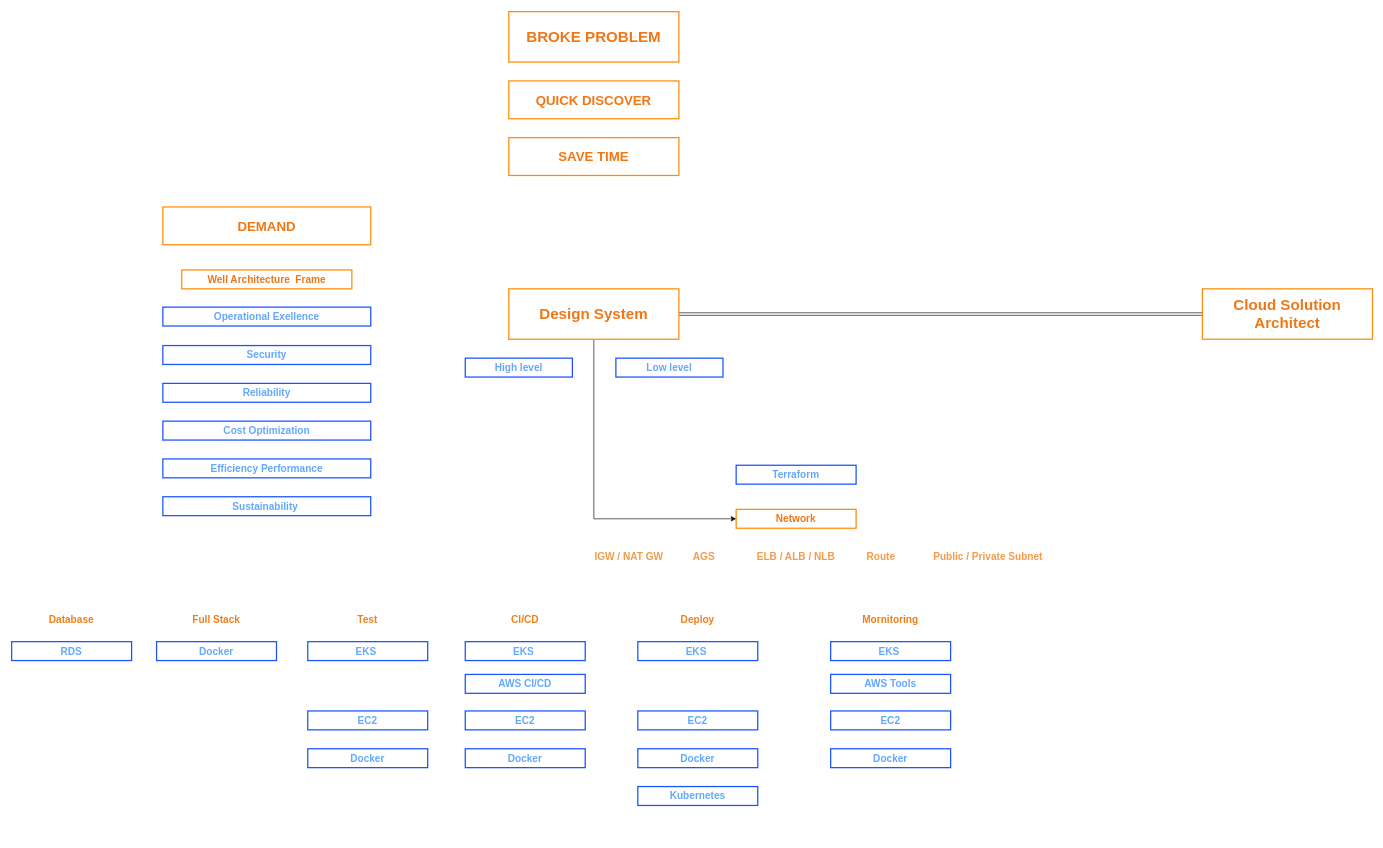
Above: MindSet.drawio in HoangGuruu/drawCloud (draw.io), before the change. Source tidied: cells renumbered, new cells numbered last; positions are measured from the earlier drawing's top-left corner, leaving out a move shared by most shapes. Both pictures are drawn from the tidied source at 63%, with x=0, y=0 at pixel (11, 11).
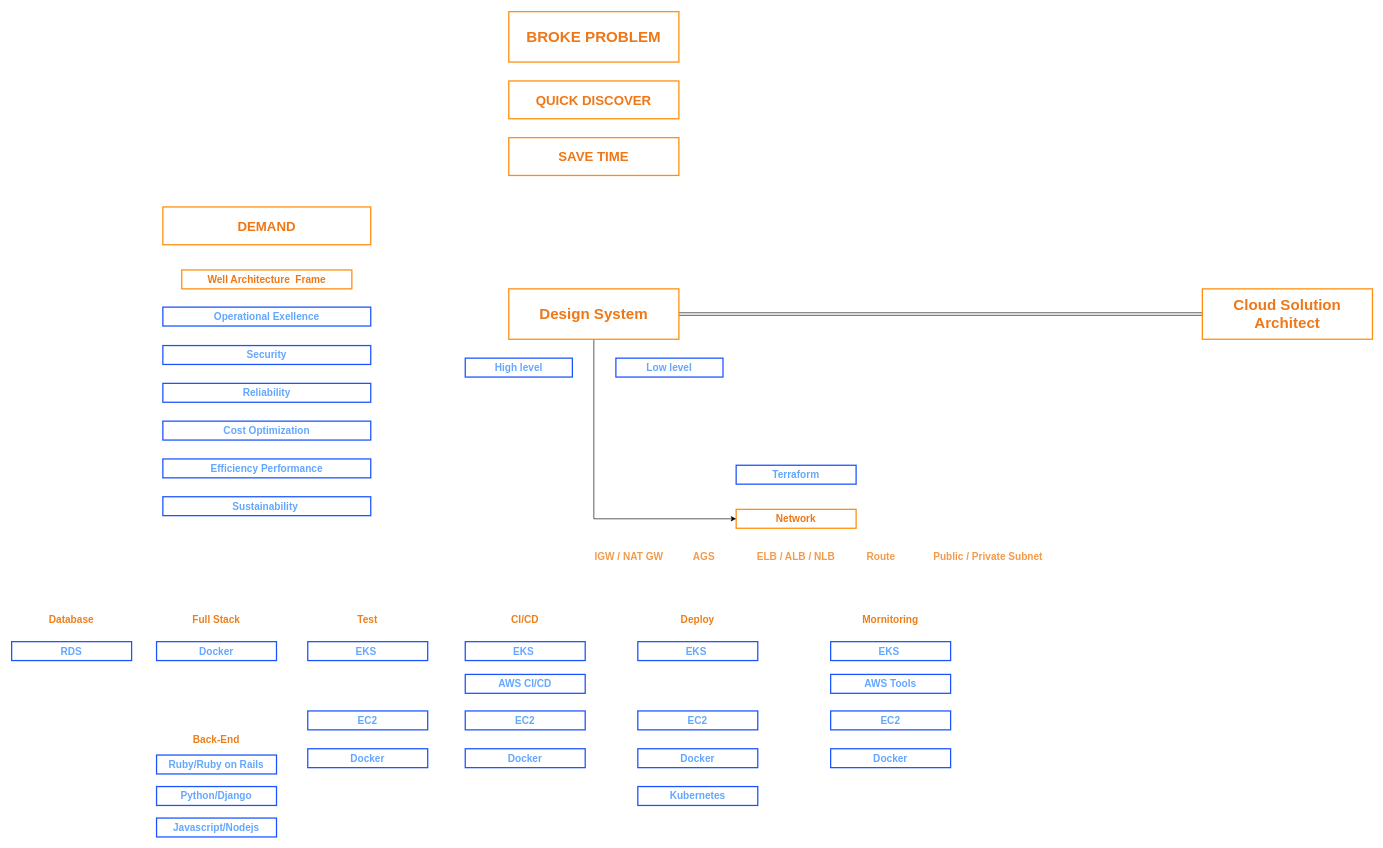
The same diagram, later.

Commit message:
Cập nhật MindSet.drawio

Change to the diagram source:
```diff
@@
+    <mxCell id="49" value="Ruby/Ruby on Rails" style="text;html=1;strokeColor=#1a53ff;fillColor=none;align=center;verticalAlign=middle;whiteSpace=wrap;rounded=0;fontSize=16;fontStyle=1;fontColor=#64a7ff;strokeWidth=2;" parent="1" vertex="1">
+      <mxGeometry x="230" y="1180" width="190.4" height="30" as="geometry" />
+    </mxCell>
+    <mxCell id="50" value="Python/Django" style="text;html=1;strokeColor=#1a53ff;fillColor=none;align=center;verticalAlign=middle;whiteSpace=wrap;rounded=0;fontSize=16;fontStyle=1;fontColor=#64a7ff;strokeWidth=2;" parent="1" vertex="1">
+      <mxGeometry x="230" y="1230" width="190.4" height="30" as="geometry" />
+    </mxCell>
+    <mxCell id="51" value="Javascript/Nodejs" style="text;html=1;strokeColor=#1a53ff;fillColor=none;align=center;verticalAlign=middle;whiteSpace=wrap;rounded=0;fontSize=16;fontStyle=1;fontColor=#64a7ff;strokeWidth=2;" parent="1" vertex="1">
+      <mxGeometry x="230" y="1280" width="190.4" height="30" as="geometry" />
+    </mxCell>
+    <mxCell id="52" value="Back-End" style="text;html=1;strokeColor=none;fillColor=none;align=center;verticalAlign=middle;whiteSpace=wrap;rounded=0;fontSize=16;fontStyle=1;fontColor=#ed7100;opacity=80;textOpacity=90;" parent="1" vertex="1">
+      <mxGeometry x="285.2" y="1140" width="80" height="30" as="geometry" />
+    </mxCell>
```
